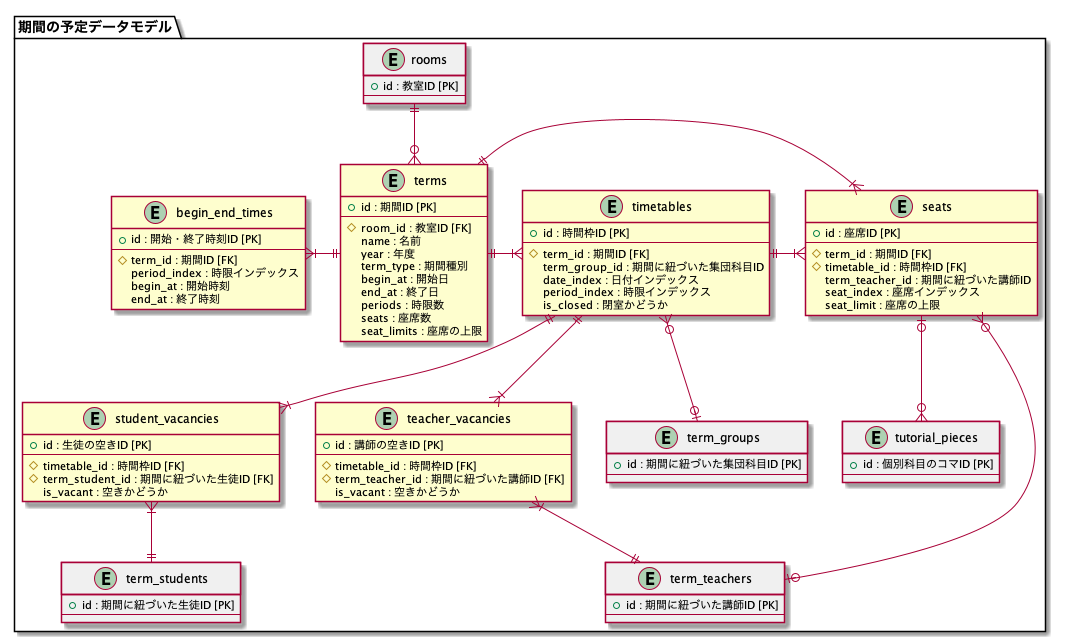
Above: application/doc/term_schedule_data_model.png in mass584/rakuraku_komagumi (PlantUML), before the change.
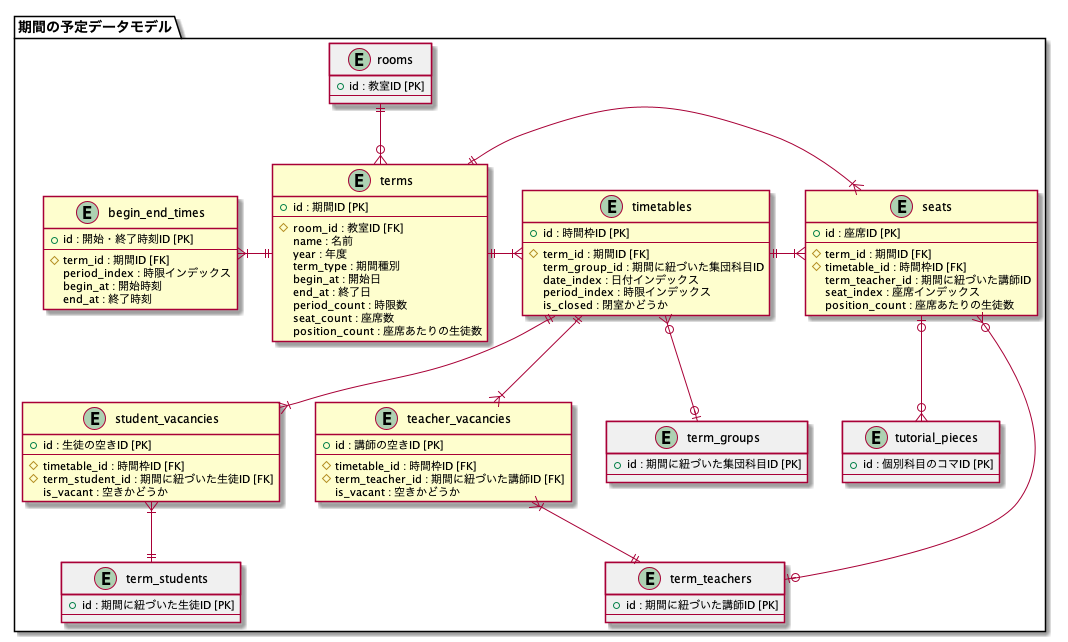
The same file after the commit.

Diff of the diagram source:
```diff
@@ -15,9 +15,9 @@
     term_type : 期間種別
     begin_at : 開始日
     end_at : 終了日
-    periods : 時限数
-    seats : 座席数
-    seat_limits : 座席の上限
+    period_count : 時限数
+    seat_count : 座席数
+    position_count : 座席あたりの生徒数
   }
 
   entity "term_students" #F0F0F0 {
@@ -66,7 +66,7 @@
     # timetable_id : 時間枠ID [FK]
     term_teacher_id : 期間に紐づいた講師ID
     seat_index : 座席インデックス
-    seat_limit : 座席の上限
+    position_count : 座席あたりの生徒数
   }
 
   entity "student_vacancies" {
```
